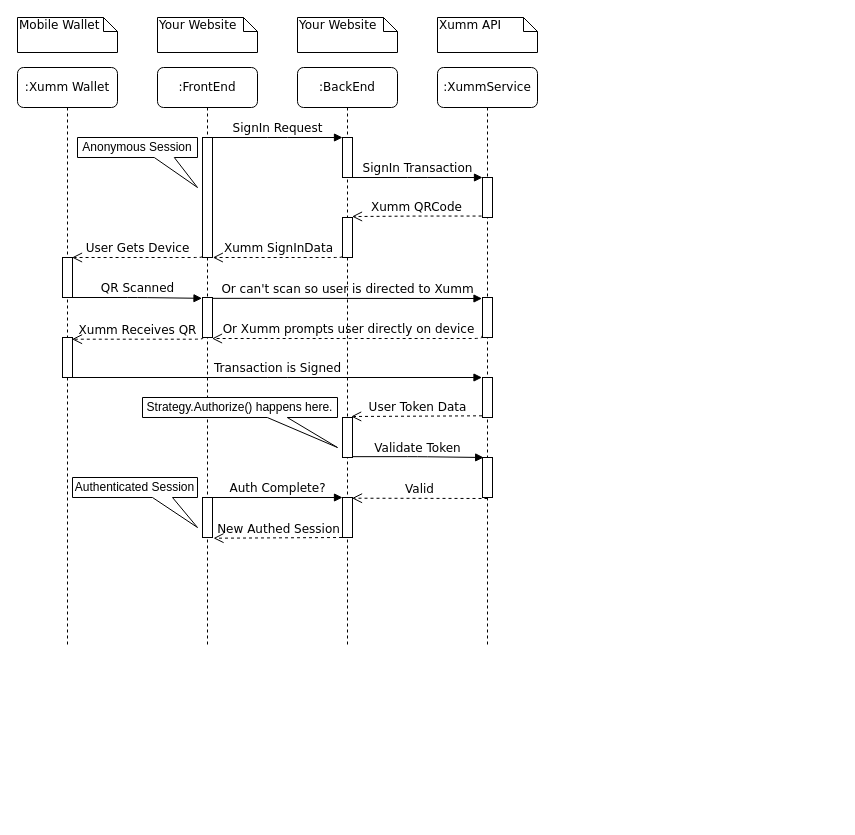
Above: docs/E2E-Sequence.drawio in jfgrissom/passport-xumm (draw.io), before the change. Source tidied: cells renumbered, new cells numbered last; positions are measured from the earlier drawing's top-left corner, leaving out a move shared by most shapes. Both pictures are drawn from the tidied source at 100%, with x=0, y=0 at pixel (17, 17).
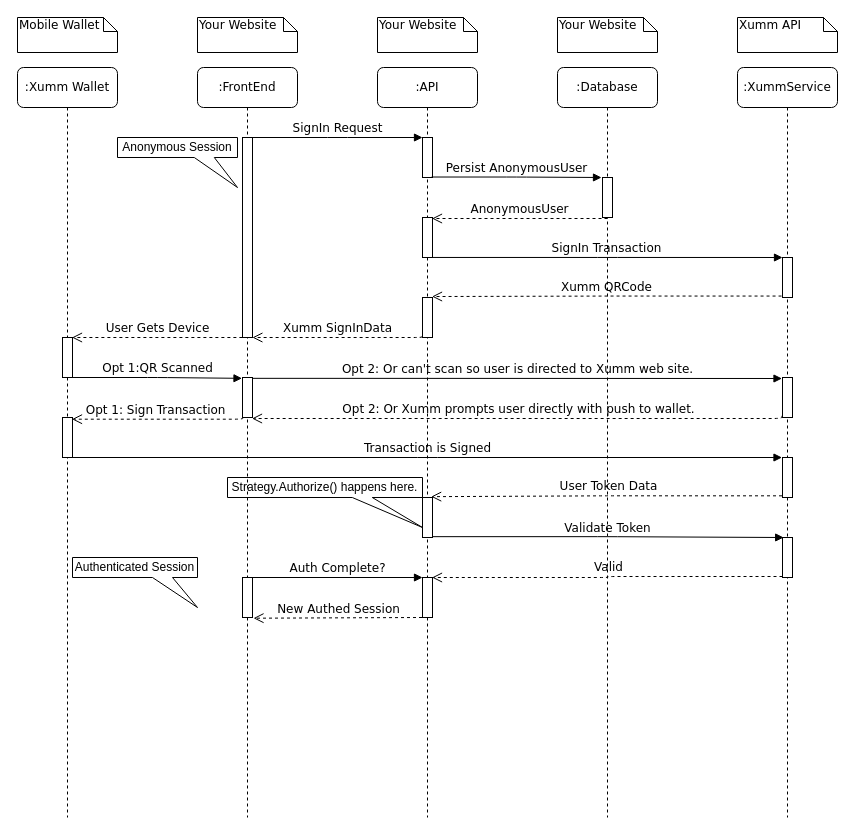
After the change.

Commit message (it also covers changes not shown here):
Updated diagram to show persistence layer. Added Xumm auth logic directly to Strategy.

Unchanged cells that the change refers to:
```xml
<mxCell id="3" style="html=1;points=[];perimeter=orthogonalPerimeter;rounded=0;shadow=0;comic=0;labelBackgroundColor=none;strokeWidth=1;fontFamily=Verdana;fontSize=12;align=center;" parent="2" vertex="1">
  <mxGeometry x="45" y="70" width="10" height="40" as="geometry" />
</mxCell>
```

Change to the diagram source:
```diff
@@
-    <mxCell id="2" value=":BackEnd" style="shape=umlLifeline;perimeter=lifelinePerimeter;whiteSpace=wrap;html=1;rounded=1;shadow=0;comic=0;labelBackgroundColor=none;strokeWidth=1;fontFamily=Verdana;fontSize=12;align=center;" parent="1" vertex="1">
-      <mxGeometry x="280" y="50" width="100" height="580" as="geometry" />
+    <mxCell id="2" value=":API" style="shape=umlLifeline;perimeter=lifelinePerimeter;whiteSpace=wrap;html=1;rounded=1;shadow=0;comic=0;labelBackgroundColor=none;strokeWidth=1;fontFamily=Verdana;fontSize=12;align=center;" parent="1" vertex="1">
+      <mxGeometry x="360" y="50" width="100" height="750" as="geometry" />
     </mxCell>
@@
     <mxCell id="4" style="html=1;points=[];perimeter=orthogonalPerimeter;rounded=0;shadow=0;comic=0;labelBackgroundColor=none;strokeWidth=1;fontFamily=Verdana;fontSize=12;align=center;" parent="2" vertex="1">
-      <mxGeometry x="45" y="150" width="10" height="40" as="geometry" />
+      <mxGeometry x="45" y="230" width="10" height="40" as="geometry" />
     </mxCell>
     <mxCell id="5" style="html=1;points=[];perimeter=orthogonalPerimeter;rounded=0;shadow=0;comic=0;labelBackgroundColor=none;strokeWidth=1;fontFamily=Verdana;fontSize=12;align=center;" parent="2" vertex="1">
-      <mxGeometry x="45" y="350" width="10" height="40" as="geometry" />
+      <mxGeometry x="45" y="430" width="10" height="40" as="geometry" />
     </mxCell>
     <mxCell id="6" style="html=1;points=[];perimeter=orthogonalPerimeter;rounded=0;shadow=0;comic=0;labelBackgroundColor=none;strokeWidth=1;fontFamily=Verdana;fontSize=12;align=center;" parent="2" vertex="1">
-      <mxGeometry x="45" y="430" width="10" height="40" as="geometry" />
+      <mxGeometry x="45" y="510" width="10" height="40" as="geometry" />
     </mxCell>
-    <mxCell id="7" value="Auth Complete?" style="html=1;verticalAlign=bottom;endArrow=block;labelBackgroundColor=none;fontFamily=Verdana;fontSize=12;edgeStyle=elbowEdgeStyle;elbow=vertical;exitX=0.95;exitY=1;exitDx=0;exitDy=0;exitPerimeter=0;entryX=-0.05;entryY=0.021;entryDx=0;entryDy=0;entryPerimeter=0;" parent="2" edge="1">
+    <mxCell id="7" value="Auth Complete?" style="html=1;verticalAlign=bottom;endArrow=block;labelBackgroundColor=none;fontFamily=Verdana;fontSize=12;edgeStyle=elbowEdgeStyle;elbow=vertical;exitX=0.9;exitY=0;exitDx=0;exitDy=0;exitPerimeter=0;entryX=-0.05;entryY=0.021;entryDx=0;entryDy=0;entryPerimeter=0;" parent="2" edge="1" source="16">
       <mxGeometry relative="1" as="geometry">
-        <mxPoint x="-85" y="430" as="sourcePoint" />
-        <mxPoint x="45" y="430.8" as="targetPoint" />
+        <mxPoint x="45" y="510.8" as="targetPoint" />
       </mxGeometry>
     </mxCell>
+    <mxCell id="37" value="Strategy.Authorize() happens here." style="shape=callout;whiteSpace=wrap;html=1;perimeter=calloutPerimeter;position2=1;size=30;position=0.64;base=20;" parent="2" vertex="1">
+      <mxGeometry x="-150" y="410" width="195" height="50" as="geometry" />
+    </mxCell>
+    <mxCell id="41" style="html=1;points=[];perimeter=orthogonalPerimeter;rounded=0;shadow=0;comic=0;labelBackgroundColor=none;strokeWidth=1;fontFamily=Verdana;fontSize=12;align=center;" parent="2" vertex="1">
+      <mxGeometry x="45" y="150" width="10" height="40" as="geometry" />
+    </mxCell>
     <mxCell id="8" value=":XummService" style="shape=umlLifeline;perimeter=lifelinePerimeter;whiteSpace=wrap;html=1;rounded=1;shadow=0;comic=0;labelBackgroundColor=none;strokeWidth=1;fontFamily=Verdana;fontSize=12;align=center;" parent="1" vertex="1">
-      <mxGeometry x="420" y="50" width="100" height="580" as="geometry" />
+      <mxGeometry x="720" y="50" width="100" height="750" as="geometry" />
     </mxCell>
     <mxCell id="9" style="html=1;points=[];perimeter=orthogonalPerimeter;rounded=0;shadow=0;comic=0;labelBackgroundColor=none;strokeWidth=1;fontFamily=Verdana;fontSize=12;align=center;" parent="8" vertex="1">
-      <mxGeometry x="45" y="110" width="10" height="40" as="geometry" />
+      <mxGeometry x="45" y="190" width="10" height="40" as="geometry" />
     </mxCell>
     <mxCell id="10" style="html=1;points=[];perimeter=orthogonalPerimeter;rounded=0;shadow=0;comic=0;labelBackgroundColor=none;strokeWidth=1;fontFamily=Verdana;fontSize=12;align=center;" parent="8" vertex="1">
-      <mxGeometry x="45" y="310" width="10" height="40" as="geometry" />
+      <mxGeometry x="45" y="390" width="10" height="40" as="geometry" />
     </mxCell>
     <mxCell id="11" style="html=1;points=[];perimeter=orthogonalPerimeter;rounded=0;shadow=0;comic=0;labelBackgroundColor=none;strokeWidth=1;fontFamily=Verdana;fontSize=12;align=center;" parent="8" vertex="1">
-      <mxGeometry x="45" y="230" width="10" height="40" as="geometry" />
+      <mxGeometry x="45" y="310" width="10" height="40" as="geometry" />
     </mxCell>
     <mxCell id="12" style="html=1;points=[];perimeter=orthogonalPerimeter;rounded=0;shadow=0;comic=0;labelBackgroundColor=none;strokeWidth=1;fontFamily=Verdana;fontSize=12;align=center;" parent="8" vertex="1">
-      <mxGeometry x="45" y="390" width="10" height="40" as="geometry" />
+      <mxGeometry x="45" y="470" width="10" height="40" as="geometry" />
     </mxCell>
     <mxCell id="13" value=":FrontEnd" style="shape=umlLifeline;perimeter=lifelinePerimeter;whiteSpace=wrap;html=1;rounded=1;shadow=0;comic=0;labelBackgroundColor=none;strokeWidth=1;fontFamily=Verdana;fontSize=12;align=center;" parent="1" vertex="1">
-      <mxGeometry x="140" y="50" width="100" height="580" as="geometry" />
+      <mxGeometry x="180" y="50" width="100" height="750" as="geometry" />
     </mxCell>
     <mxCell id="14" style="html=1;points=[];perimeter=orthogonalPerimeter;rounded=0;shadow=0;comic=0;labelBackgroundColor=none;strokeWidth=1;fontFamily=Verdana;fontSize=12;align=center;" parent="13" vertex="1">
-      <mxGeometry x="45" y="70" width="10" height="120" as="geometry" />
+      <mxGeometry x="45" y="70" width="10" height="200" as="geometry" />
     </mxCell>
     <mxCell id="15" style="html=1;points=[];perimeter=orthogonalPerimeter;rounded=0;shadow=0;comic=0;labelBackgroundColor=none;strokeWidth=1;fontFamily=Verdana;fontSize=12;align=center;" parent="13" vertex="1">
-      <mxGeometry x="45" y="230" width="10" height="40" as="geometry" />
+      <mxGeometry x="45" y="310" width="10" height="40" as="geometry" />
     </mxCell>
     <mxCell id="16" style="html=1;points=[];perimeter=orthogonalPerimeter;rounded=0;shadow=0;comic=0;labelBackgroundColor=none;strokeWidth=1;fontFamily=Verdana;fontSize=12;align=center;" parent="13" vertex="1">
-      <mxGeometry x="45" y="430" width="10" height="40" as="geometry" />
+      <mxGeometry x="45" y="510" width="10" height="40" as="geometry" />
     </mxCell>
+    <mxCell id="39" value="Anonymous Session" style="shape=callout;whiteSpace=wrap;html=1;perimeter=calloutPerimeter;position2=1;size=30;position=0.64;base=20;" parent="13" vertex="1">
+      <mxGeometry x="-80" y="70" width="120" height="50" as="geometry" />
+    </mxCell>
-    <mxCell id="17" value="Xumm SignInData" style="html=1;verticalAlign=bottom;endArrow=open;dashed=1;endSize=8;labelBackgroundColor=none;fontFamily=Verdana;fontSize=12;edgeStyle=elbowEdgeStyle;elbow=vertical;exitX=-0.05;exitY=0.972;exitDx=0;exitDy=0;exitPerimeter=0;entryX=1.033;entryY=1;entryDx=0;entryDy=0;entryPerimeter=0;" parent="1" edge="1" source="4" target="14">
+    <mxCell id="17" value="Xumm SignInData" style="html=1;verticalAlign=bottom;endArrow=open;dashed=1;endSize=8;labelBackgroundColor=none;fontFamily=Verdana;fontSize=12;edgeStyle=elbowEdgeStyle;elbow=vertical;exitX=-0.05;exitY=0.972;exitDx=0;exitDy=0;exitPerimeter=0;entryX=0.989;entryY=0.998;entryDx=0;entryDy=0;entryPerimeter=0;" parent="1" edge="1" source="4" target="14">
       <mxGeometry relative="1" as="geometry">
         <Array as="points">
-          <mxPoint x="260" y="240" />
-          <mxPoint x="260" y="320" />
-          <mxPoint x="270" y="220" />
+          <mxPoint x="320" y="320" />
+          <mxPoint x="320" y="400" />
+          <mxPoint x="330" y="300" />
         </Array>
       </mxGeometry>
     </mxCell>
@@
     <mxCell id="19" value="Your Website" style="shape=note;whiteSpace=wrap;html=1;size=14;verticalAlign=top;align=left;spacingTop=-6;rounded=0;shadow=0;comic=0;labelBackgroundColor=none;strokeWidth=1;fontFamily=Verdana;fontSize=12;" parent="1" vertex="1">
-      <mxGeometry x="140" width="100" height="35" as="geometry" />
+      <mxGeometry x="180" width="100" height="35" as="geometry" />
     </mxCell>
     <mxCell id="20" value="Your Website" style="shape=note;whiteSpace=wrap;html=1;size=14;verticalAlign=top;align=left;spacingTop=-6;rounded=0;shadow=0;comic=0;labelBackgroundColor=none;strokeWidth=1;fontFamily=Verdana;fontSize=12;" parent="1" vertex="1">
-      <mxGeometry x="280" width="100" height="35" as="geometry" />
+      <mxGeometry x="360" width="100" height="35" as="geometry" />
     </mxCell>
     <mxCell id="21" value="Xumm API" style="shape=note;whiteSpace=wrap;html=1;size=14;verticalAlign=top;align=left;spacingTop=-6;rounded=0;shadow=0;comic=0;labelBackgroundColor=none;strokeWidth=1;fontFamily=Verdana;fontSize=12;" parent="1" vertex="1">
-      <mxGeometry x="420" width="100" height="35" as="geometry" />
+      <mxGeometry x="720" width="100" height="35" as="geometry" />
     </mxCell>
-    <mxCell id="22" value="SignIn Transaction" style="html=1;verticalAlign=bottom;endArrow=block;entryX=0;entryY=0;labelBackgroundColor=none;fontFamily=Verdana;fontSize=12;edgeStyle=elbowEdgeStyle;elbow=vertical;entryDx=0;entryDy=0;entryPerimeter=0;exitX=0.952;exitY=1;exitDx=0;exitDy=0;exitPerimeter=0;" parent="1" edge="1" source="3" target="9">
+    <mxCell id="22" value="SignIn Transaction" style="html=1;verticalAlign=bottom;endArrow=block;entryX=0;entryY=0;labelBackgroundColor=none;fontFamily=Verdana;fontSize=12;edgeStyle=elbowEdgeStyle;elbow=vertical;entryDx=0;entryDy=0;entryPerimeter=0;exitX=0.933;exitY=0.999;exitDx=0;exitDy=0;exitPerimeter=0;" parent="1" edge="1" source="41" target="9">
       <mxGeometry relative="1" as="geometry" />
     </mxCell>
@@
     <mxCell id="24" value=":Xumm Wallet" style="shape=umlLifeline;perimeter=lifelinePerimeter;whiteSpace=wrap;html=1;rounded=1;shadow=0;comic=0;labelBackgroundColor=none;strokeWidth=1;fontFamily=Verdana;fontSize=12;align=center;" parent="1" vertex="1">
-      <mxGeometry y="50" width="100" height="580" as="geometry" />
+      <mxGeometry y="50" width="100" height="750" as="geometry" />
     </mxCell>
     <mxCell id="25" style="html=1;points=[];perimeter=orthogonalPerimeter;rounded=0;shadow=0;comic=0;labelBackgroundColor=none;strokeWidth=1;fontFamily=Verdana;fontSize=12;align=center;" parent="24" vertex="1">
-      <mxGeometry x="45" y="190" width="10" height="40" as="geometry" />
+      <mxGeometry x="45" y="270" width="10" height="40" as="geometry" />
     </mxCell>
     <mxCell id="26" style="html=1;points=[];perimeter=orthogonalPerimeter;rounded=0;shadow=0;comic=0;labelBackgroundColor=none;strokeWidth=1;fontFamily=Verdana;fontSize=12;align=center;" parent="24" vertex="1">
-      <mxGeometry x="45" y="270" width="10" height="40" as="geometry" />
+      <mxGeometry x="45" y="350" width="10" height="40" as="geometry" />
     </mxCell>
@@
-    <mxCell id="28" value="QR Scanned" style="html=1;verticalAlign=bottom;endArrow=block;labelBackgroundColor=none;fontFamily=Verdana;fontSize=12;edgeStyle=elbowEdgeStyle;elbow=vertical;exitX=0.95;exitY=1;exitDx=0;exitDy=0;exitPerimeter=0;entryX=-0.05;entryY=0.021;entryDx=0;entryDy=0;entryPerimeter=0;" parent="1" edge="1" source="25" target="15">
+    <mxCell id="28" value="Opt 1:QR Scanned" style="html=1;verticalAlign=bottom;endArrow=block;labelBackgroundColor=none;fontFamily=Verdana;fontSize=12;edgeStyle=elbowEdgeStyle;elbow=horizontal;exitX=0.95;exitY=1;exitDx=0;exitDy=0;exitPerimeter=0;entryX=-0.05;entryY=0.021;entryDx=0;entryDy=0;entryPerimeter=0;" parent="1" edge="1" source="25" target="15">
       <mxGeometry relative="1" as="geometry" />
     </mxCell>
-    <mxCell id="29" value="Xumm Receives QR" style="html=1;verticalAlign=bottom;endArrow=open;dashed=1;endSize=8;labelBackgroundColor=none;fontFamily=Verdana;fontSize=12;edgeStyle=elbowEdgeStyle;elbow=vertical;exitX=0.033;exitY=1;exitDx=0;exitDy=0;exitPerimeter=0;entryX=0.95;entryY=0.021;entryDx=0;entryDy=0;entryPerimeter=0;" parent="1" edge="1" source="15" target="26">
+    <mxCell id="29" value="Opt 1: Sign Transaction&amp;nbsp;" style="html=1;verticalAlign=bottom;endArrow=open;dashed=1;endSize=8;labelBackgroundColor=none;fontFamily=Verdana;fontSize=12;edgeStyle=elbowEdgeStyle;elbow=vertical;exitX=0.033;exitY=1;exitDx=0;exitDy=0;exitPerimeter=0;entryX=0.95;entryY=0.021;entryDx=0;entryDy=0;entryPerimeter=0;" parent="1" edge="1" source="15" target="26">
       <mxGeometry relative="1" as="geometry">
         <Array as="points">
-          <mxPoint x="135" y="321.7" />
-          <mxPoint x="125" y="411.7" />
-          <mxPoint x="135" y="311.7" />
+          <mxPoint x="135" y="401.7" />
+          <mxPoint x="125" y="491.7" />
+          <mxPoint x="135" y="391.7" />
         </Array>
       </mxGeometry>
     </mxCell>
@@
-    <mxCell id="31" value="User Gets Device" style="html=1;verticalAlign=bottom;endArrow=open;dashed=1;endSize=8;labelBackgroundColor=none;fontFamily=Verdana;fontSize=12;edgeStyle=elbowEdgeStyle;elbow=vertical;entryX=0.95;entryY=0;entryDx=0;entryDy=0;entryPerimeter=0;exitX=-0.05;exitY=0.991;exitDx=0;exitDy=0;exitPerimeter=0;" parent="1" edge="1" source="14" target="25">
+    <mxCell id="31" value="User Gets Device" style="html=1;verticalAlign=bottom;endArrow=open;dashed=1;endSize=8;labelBackgroundColor=none;fontFamily=Verdana;fontSize=12;edgeStyle=elbowEdgeStyle;elbow=vertical;entryX=0.95;entryY=0;entryDx=0;entryDy=0;entryPerimeter=0;exitX=-0.011;exitY=1;exitDx=0;exitDy=0;exitPerimeter=0;" parent="1" edge="1" source="14" target="25">
       <mxGeometry relative="1" as="geometry">
         <Array as="points">
-          <mxPoint x="119.7" y="240" />
-          <mxPoint x="119.7" y="320" />
-          <mxPoint x="129.7" y="220" />
+          <mxPoint x="140" y="320" />
+          <mxPoint x="119.7" y="400" />
+          <mxPoint x="129.7" y="300" />
         </Array>
       </mxGeometry>
     </mxCell>
-    <mxCell id="32" value="Or can't scan so user is directed to Xumm" style="html=1;verticalAlign=bottom;endArrow=block;labelBackgroundColor=none;fontFamily=Verdana;fontSize=12;edgeStyle=elbowEdgeStyle;elbow=vertical;exitX=1.033;exitY=0.021;exitDx=0;exitDy=0;exitPerimeter=0;entryX=-0.05;entryY=0.021;entryDx=0;entryDy=0;entryPerimeter=0;" parent="1" edge="1" source="15" target="11">
+    <mxCell id="32" value="Opt 2: Or can't scan so user is directed to Xumm web site." style="html=1;verticalAlign=bottom;endArrow=block;labelBackgroundColor=none;fontFamily=Verdana;fontSize=12;edgeStyle=elbowEdgeStyle;elbow=vertical;exitX=1.033;exitY=0.021;exitDx=0;exitDy=0;exitPerimeter=0;entryX=-0.05;entryY=0.021;entryDx=0;entryDy=0;entryPerimeter=0;" parent="1" edge="1" source="15" target="11">
       <mxGeometry relative="1" as="geometry" />
     </mxCell>
-    <mxCell id="33" value="Or Xumm prompts user directly on device" style="html=1;verticalAlign=bottom;endArrow=open;dashed=1;endSize=8;labelBackgroundColor=none;fontFamily=Verdana;fontSize=12;edgeStyle=elbowEdgeStyle;elbow=vertical;entryX=0.95;entryY=1.021;entryDx=0;entryDy=0;entryPerimeter=0;exitX=-0.05;exitY=0.958;exitDx=0;exitDy=0;exitPerimeter=0;" parent="1" edge="1" source="11" target="15">
+    <mxCell id="33" value="Opt 2: Or Xumm prompts user directly with push to wallet." style="html=1;verticalAlign=bottom;endArrow=open;dashed=1;endSize=8;labelBackgroundColor=none;fontFamily=Verdana;fontSize=12;edgeStyle=elbowEdgeStyle;elbow=horizontal;entryX=0.95;entryY=1.021;entryDx=0;entryDy=0;entryPerimeter=0;exitX=-0.05;exitY=0.958;exitDx=0;exitDy=0;exitPerimeter=0;" parent="1" edge="1" source="11" target="15">
       <mxGeometry relative="1" as="geometry">
         <Array as="points">
-          <mxPoint x="340" y="321" />
-          <mxPoint x="135" y="421.7" />
-          <mxPoint x="145" y="321.7" />
+          <mxPoint x="400" y="401" />
+          <mxPoint x="195" y="501.7" />
+          <mxPoint x="205" y="401.7" />
         </Array>
       </mxGeometry>
     </mxCell>
     <mxCell id="34" value="User Token Data" style="html=1;verticalAlign=bottom;endArrow=open;dashed=1;endSize=8;labelBackgroundColor=none;fontFamily=Verdana;fontSize=12;edgeStyle=elbowEdgeStyle;elbow=vertical;exitX=-0.05;exitY=0.958;exitDx=0;exitDy=0;exitPerimeter=0;entryX=0.867;entryY=-0.021;entryDx=0;entryDy=0;entryPerimeter=0;" parent="1" edge="1" source="10" target="5">
-      <mxGeometry x="-0.01" relative="1" as="geometry">
-        <Array as="points">
-          <mxPoint x="420" y="399" />
-          <mxPoint x="275.5" y="500.7" />
-          <mxPoint x="285.5" y="400.7" />
-        </Array>
-      </mxGeometry>
+      <mxGeometry x="-0.01" relative="1" as="geometry" />
     </mxCell>
@@
-    <mxCell id="36" value="Valid" style="html=1;verticalAlign=bottom;endArrow=open;dashed=1;endSize=8;labelBackgroundColor=none;fontFamily=Verdana;fontSize=12;edgeStyle=elbowEdgeStyle;elbow=vertical;entryX=0.95;entryY=0;entryDx=0;entryDy=0;entryPerimeter=0;" parent="1" edge="1" target="6">
-      <mxGeometry x="-0.01" relative="1" as="geometry">
-        <mxPoint x="470" y="481" as="sourcePoint" />
-        <Array as="points">
-          <mxPoint x="416.3" y="480.7" />
-          <mxPoint x="271.8" y="582.3" />
-          <mxPoint x="281.8" y="482.3" />
-        </Array>
-      </mxGeometry>
+    <mxCell id="36" value="Valid" style="html=1;verticalAlign=bottom;endArrow=open;dashed=1;endSize=8;labelBackgroundColor=none;fontFamily=Verdana;fontSize=12;edgeStyle=elbowEdgeStyle;elbow=horizontal;entryX=0.95;entryY=0;entryDx=0;entryDy=0;entryPerimeter=0;exitX=0;exitY=0.975;exitDx=0;exitDy=0;exitPerimeter=0;" parent="1" edge="1" source="12" target="6">
+      <mxGeometry x="-0.01" relative="1" as="geometry" />
     </mxCell>
-    <mxCell id="37" value="Strategy.Authorize() happens here." style="shape=callout;whiteSpace=wrap;html=1;perimeter=calloutPerimeter;position2=1;size=30;position=0.64;base=20;" parent="1" vertex="1">
-      <mxGeometry x="125" y="380" width="195" height="50" as="geometry" />
-    </mxCell>
     <mxCell id="38" value="New Authed Session" style="html=1;verticalAlign=bottom;endArrow=open;dashed=1;endSize=8;labelBackgroundColor=none;fontFamily=Verdana;fontSize=12;edgeStyle=elbowEdgeStyle;elbow=vertical;exitX=-0.05;exitY=1;exitDx=0;exitDy=0;exitPerimeter=0;entryX=1.1;entryY=0.995;entryDx=0;entryDy=0;entryPerimeter=0;" parent="1" edge="1" source="6" target="16">
       <mxGeometry x="-0.01" relative="1" as="geometry">
         <Array as="points">
-          <mxPoint x="271.8" y="520.7" />
-          <mxPoint x="127.3" y="622.3" />
-          <mxPoint x="137.3" y="522.3" />
+          <mxPoint x="331.8" y="600.7" />
+          <mxPoint x="187.3" y="702.3" />
+          <mxPoint x="197.3" y="602.3" />
         </Array>
       </mxGeometry>
     </mxCell>
-    <mxCell id="39" value="Anonymous Session" style="shape=callout;whiteSpace=wrap;html=1;perimeter=calloutPerimeter;position2=1;size=30;position=0.64;base=20;" parent="1" vertex="1">
-      <mxGeometry x="60" y="120" width="120" height="50" as="geometry" />
-    </mxCell>
     <mxCell id="40" value="Authenticated Session" style="shape=callout;whiteSpace=wrap;html=1;perimeter=calloutPerimeter;position2=1;size=30;position=0.64;base=20;" parent="1" vertex="1">
-      <mxGeometry x="55" y="460" width="125" height="50" as="geometry" />
+      <mxGeometry x="55" y="540" width="125" height="50" as="geometry" />
     </mxCell>
+    <mxCell id="42" value=":Database" style="shape=umlLifeline;perimeter=lifelinePerimeter;whiteSpace=wrap;html=1;rounded=1;shadow=0;comic=0;labelBackgroundColor=none;strokeWidth=1;fontFamily=Verdana;fontSize=12;align=center;" parent="1" vertex="1">
+      <mxGeometry x="540" y="50" width="100" height="750" as="geometry" />
+    </mxCell>
+    <mxCell id="43" style="html=1;points=[];perimeter=orthogonalPerimeter;rounded=0;shadow=0;comic=0;labelBackgroundColor=none;strokeWidth=1;fontFamily=Verdana;fontSize=12;align=center;" parent="42" vertex="1">
+      <mxGeometry x="45" y="110" width="10" height="40" as="geometry" />
+    </mxCell>
+    <mxCell id="44" value="Your Website" style="shape=note;whiteSpace=wrap;html=1;size=14;verticalAlign=top;align=left;spacingTop=-6;rounded=0;shadow=0;comic=0;labelBackgroundColor=none;strokeWidth=1;fontFamily=Verdana;fontSize=12;" parent="1" vertex="1">
+      <mxGeometry x="540" width="100" height="35" as="geometry" />
+    </mxCell>
+    <mxCell id="45" value="Persist AnonymousUser" style="html=1;verticalAlign=bottom;endArrow=block;entryX=-0.1;entryY=0;labelBackgroundColor=none;fontFamily=Verdana;fontSize=12;edgeStyle=elbowEdgeStyle;elbow=horizontal;exitX=0.905;exitY=0.988;exitDx=0;exitDy=0;exitPerimeter=0;entryDx=0;entryDy=0;entryPerimeter=0;" parent="1" edge="1" source="3" target="43">
+      <mxGeometry relative="1" as="geometry" />
+    </mxCell>
+    <mxCell id="46" value="AnonymousUser" style="html=1;verticalAlign=bottom;endArrow=open;dashed=1;endSize=8;labelBackgroundColor=none;fontFamily=Verdana;fontSize=12;edgeStyle=elbowEdgeStyle;elbow=vertical;entryX=0.95;entryY=0.021;entryDx=0;entryDy=0;entryPerimeter=0;" parent="1" edge="1" target="41">
+      <mxGeometry relative="1" as="geometry">
+        <mxPoint x="590" y="201" as="sourcePoint" />
+      </mxGeometry>
+    </mxCell>
```
